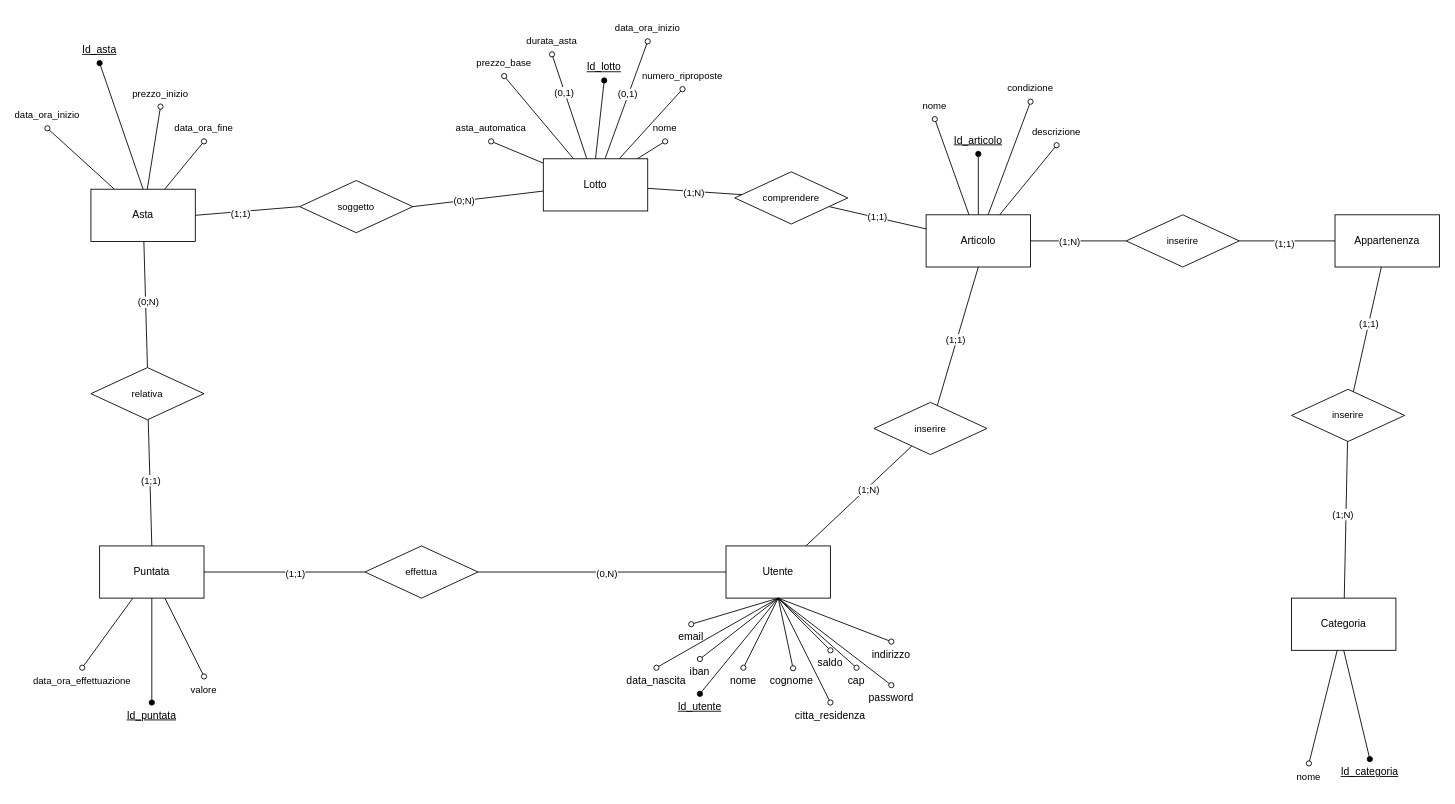
Chaos-Rat/GAO keeps this draw.io diagram as documenti/Schema_ER.drawio. Above is the earlier version. Source tidied: cells renumbered, new cells numbered last; positions are measured from the earlier drawing's top-left corner, leaving out a move shared by most shapes. Both pictures are drawn from the tidied source at 87%, with x=0, y=0 at pixel (21, 15).
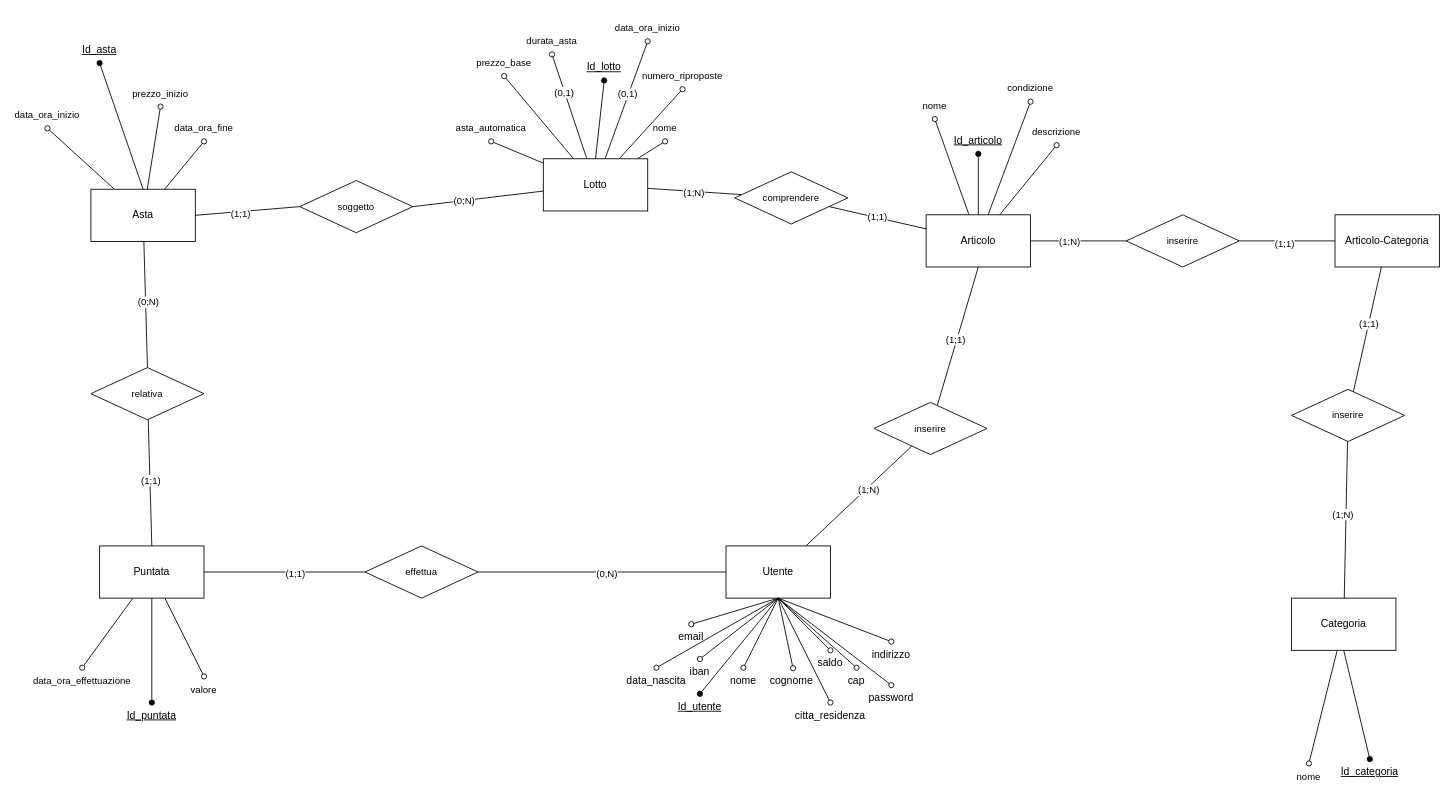
After the change.

What changed in the source:
```diff
@@
-    <mxCell id="101" value="Appartenenza" style="rounded=0;whiteSpace=wrap;html=1;" parent="1" vertex="1">
+    <mxCell id="101" value="Articolo-Categoria" style="rounded=0;whiteSpace=wrap;html=1;" parent="1" vertex="1">
       <mxGeometry x="1510" y="229.4" width="120" height="60" as="geometry" />
     </mxCell>
```
